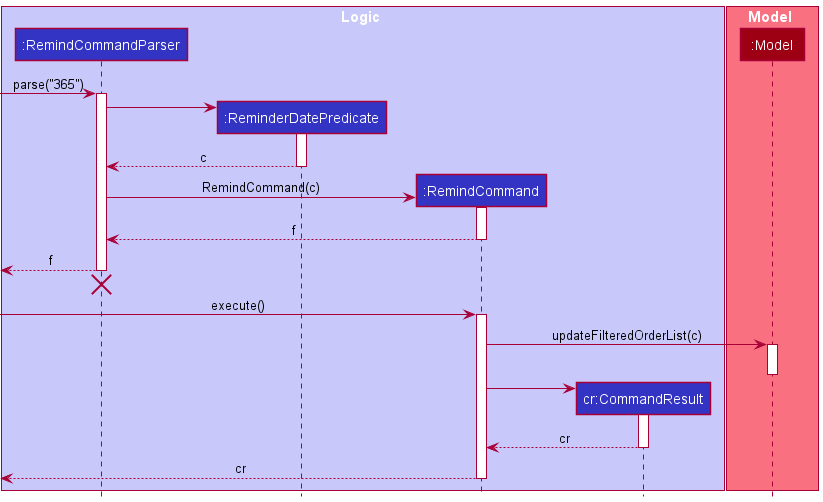
Before: docs/images/RemindSequenceDiagram.png, a diagram exported from PlantUML (nus-cs2103-AY2021S2/tp).
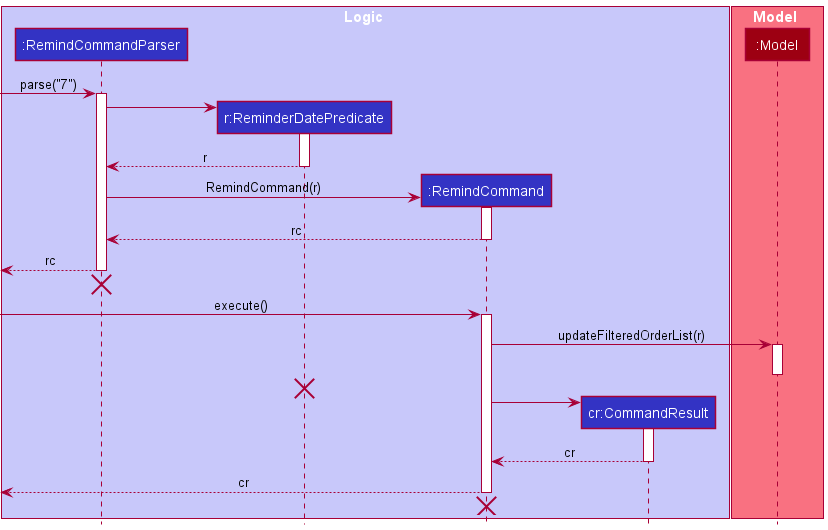
Later version of the same file.

The edit, as a diff of the source:
```diff
@@ -3,7 +3,7 @@
 
 box Logic LOGIC_COLOR_T1
 participant ":RemindCommandParser" as RemindCommandParser LOGIC_COLOR
-participant ":ReminderDatePredicate" as ReminderDatePredicate LOGIC_COLOR
+participant "r:ReminderDatePredicate" as ReminderDatePredicate LOGIC_COLOR
 participant ":RemindCommand" as RemindCommand LOGIC_COLOR
 participant "cr:CommandResult" as CommandResult LOGIC_COLOR
 end box
@@ -12,24 +12,24 @@
 participant ":Model" as Model MODEL_COLOR
 end box
 
-[-> RemindCommandParser : parse("365")
+[-> RemindCommandParser : parse("7")
 activate RemindCommandParser
 
 create ReminderDatePredicate
 RemindCommandParser -> ReminderDatePredicate
 activate ReminderDatePredicate
 
-ReminderDatePredicate --> RemindCommandParser : c
+ReminderDatePredicate --> RemindCommandParser : r
 deactivate ReminderDatePredicate
 
 create RemindCommand
-RemindCommandParser -> RemindCommand : RemindCommand(c)
+RemindCommandParser -> RemindCommand : RemindCommand(r)
 activate RemindCommand
 
-RemindCommand --> RemindCommandParser : f
+RemindCommand --> RemindCommandParser : rc
 deactivate RemindCommand
 
-[<-- RemindCommandParser : f
+[<-- RemindCommandParser : rc
 deactivate RemindCommandParser
 [<-[hidden]- RemindCommandParser
 destroy RemindCommandParser
@@ -37,10 +37,13 @@
 [-> RemindCommand : execute()
 activate RemindCommand
 
-RemindCommand -> Model : updateFilteredOrderList(c)
+RemindCommand -> Model : updateFilteredOrderList(r)
 activate Model
 
 deactivate Model
+
+RemindCommandParser <-[hidden]- ReminderDatePredicate
+destroy ReminderDatePredicate
 
 create CommandResult
 RemindCommand -> CommandResult
@@ -52,4 +55,7 @@
 [<-- RemindCommand : cr
 deactivate RemindCommand
 
+[<-[hidden]- RemindCommand
+destroy RemindCommand
+
 @enduml
```
